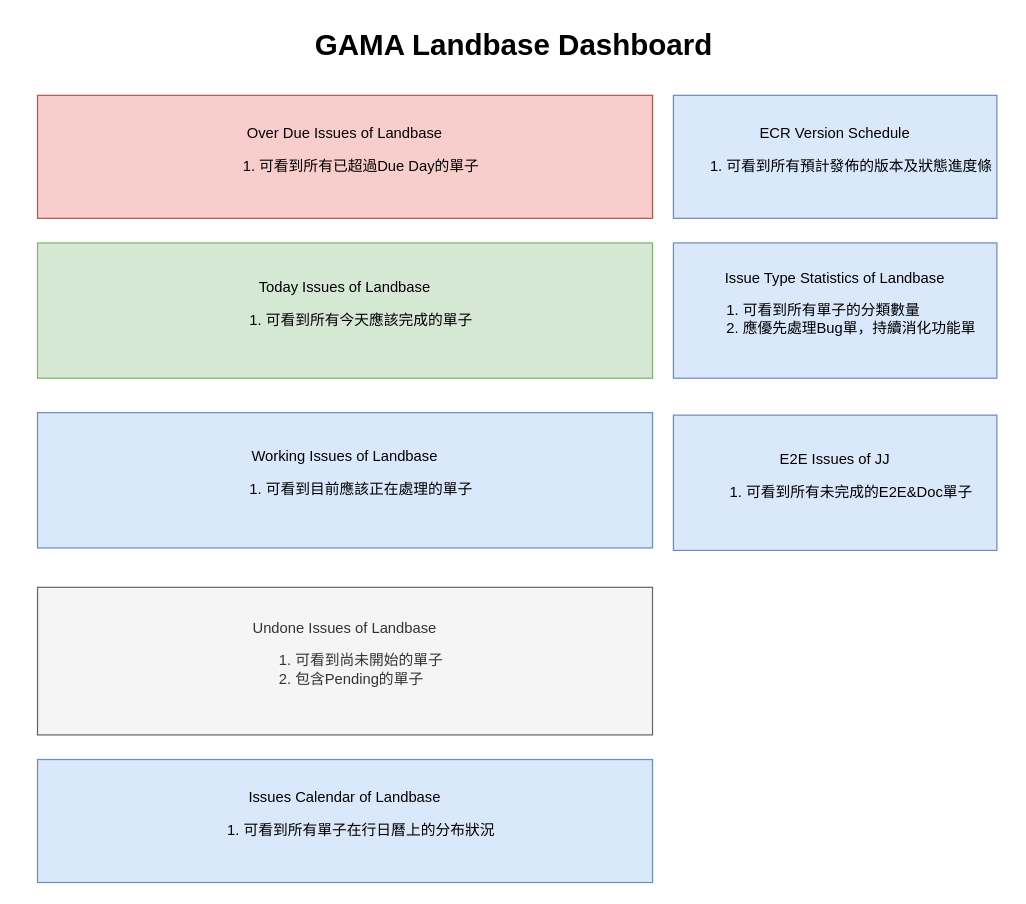
The draw.io diagram Landbase Dashbase.drawio in pingle1202/JiraFlow, before the edit. Source tidied: cells renumbered, new cells numbered last; positions are measured from the earlier drawing's top-left corner, leaving out a move shared by most shapes. Both pictures are drawn from the tidied source at 123%, with x=0, y=0 at pixel (21, 21).
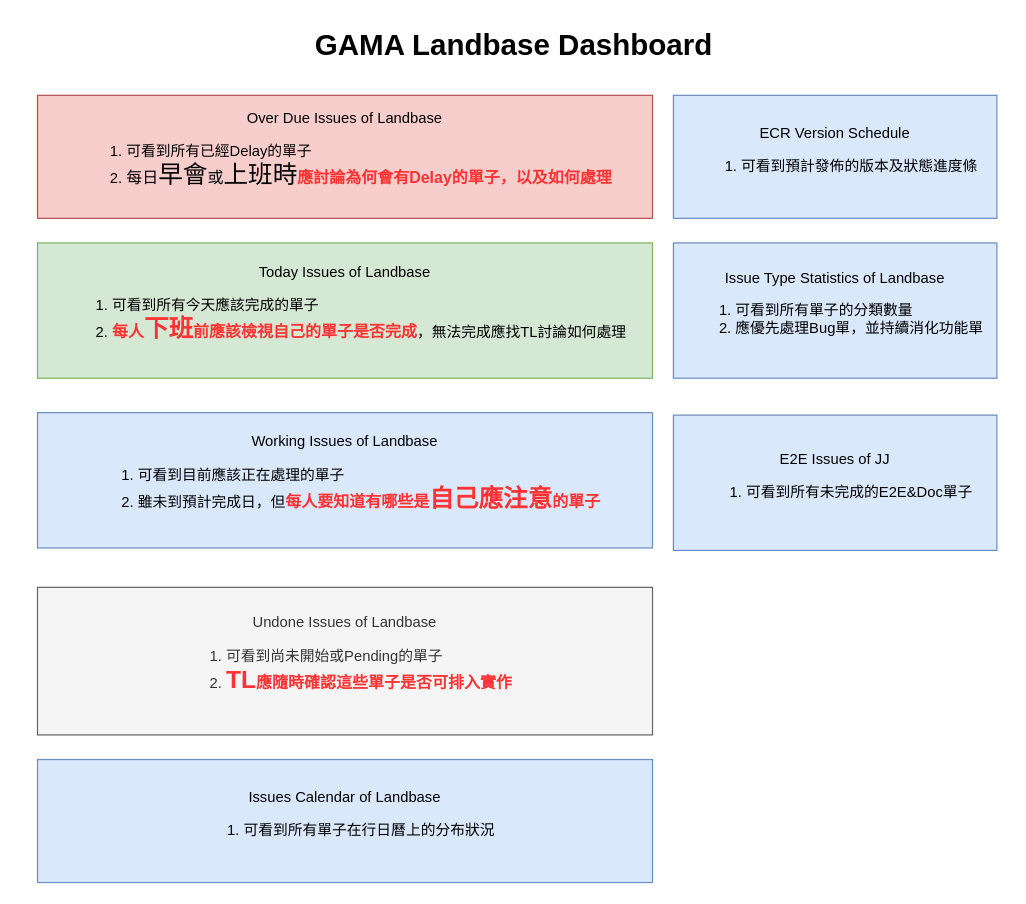
The same diagram, later.

Change to the diagram source:
```diff
@@
 <mxGraphModel>
   <root>
     <mxCell id="0" />
     <mxCell id="1" parent="0" />
-    <mxCell id="2" value="Over Due Issues of Landbase&lt;br&gt;&lt;ol&gt;&lt;li style=&quot;text-align: left&quot;&gt;可看到所有已超過Due Day的單子&lt;/li&gt;&lt;/ol&gt;" style="rounded=0;whiteSpace=wrap;html=1;fillColor=#f8cecc;strokeColor=#b85450;" parent="1" vertex="1">
+    <mxCell id="2" value="Over Due Issues of Landbase&lt;br&gt;&lt;ol&gt;&lt;li style=&quot;text-align: left&quot;&gt;可看到所有已經Delay的單子&lt;/li&gt;&lt;li style=&quot;text-align: left&quot;&gt;&lt;span style=&quot;font-size: 13px&quot;&gt;每日&lt;/span&gt;&lt;font style=&quot;font-size: 20px&quot;&gt;早會&lt;/font&gt;&lt;span style=&quot;font-size: 13px&quot;&gt;或&lt;/span&gt;&lt;font style=&quot;font-size: 20px&quot;&gt;上班時&lt;/font&gt;&lt;font color=&quot;#ff3333&quot; style=&quot;font-size: 13px&quot;&gt;&lt;b&gt;應討論為何會有Delay的單子，以及如何處理&lt;/b&gt;&lt;/font&gt;&lt;/li&gt;&lt;/ol&gt;" style="rounded=0;whiteSpace=wrap;html=1;fillColor=#f8cecc;strokeColor=#b85450;" parent="1" vertex="1">
       <mxGeometry x="13" y="60" width="500" height="100" as="geometry" />
     </mxCell>
-    <mxCell id="3" value="ECR Version Schedule&lt;br&gt;&lt;div style=&quot;text-align: left&quot;&gt;&lt;ol&gt;&lt;li&gt;可看到所有預計發佈的版本及狀態進度條&lt;/li&gt;&lt;/ol&gt;&lt;/div&gt;" style="rounded=0;whiteSpace=wrap;html=1;fillColor=#dae8fc;strokeColor=#6c8ebf;" parent="1" vertex="1">
+    <mxCell id="3" value="ECR Version Schedule&lt;br&gt;&lt;div style=&quot;text-align: left&quot;&gt;&lt;ol&gt;&lt;li&gt;可看到預計發佈的版本及狀態進度條&lt;/li&gt;&lt;/ol&gt;&lt;/div&gt;" style="rounded=0;whiteSpace=wrap;html=1;fillColor=#dae8fc;strokeColor=#6c8ebf;" parent="1" vertex="1">
       <mxGeometry x="530" y="60" width="263" height="100" as="geometry" />
     </mxCell>
-    <mxCell id="4" value="Today Issues of Landbase&lt;br&gt;&lt;ol&gt;&lt;li style=&quot;text-align: left&quot;&gt;可看到所有今天應該完成的單子&lt;/li&gt;&lt;/ol&gt;" style="rounded=0;whiteSpace=wrap;html=1;fillColor=#d5e8d4;strokeColor=#82b366;" parent="1" vertex="1">
+    <mxCell id="4" value="Today Issues of Landbase&lt;br&gt;&lt;ol&gt;&lt;li style=&quot;text-align: left&quot;&gt;可看到所有今天應該完成的單子&lt;/li&gt;&lt;li style=&quot;text-align: left&quot;&gt;&lt;font color=&quot;#ff3333&quot;&gt;&lt;b&gt;&lt;span style=&quot;font-size: 13px&quot;&gt;每人&lt;/span&gt;&lt;font style=&quot;font-size: 20px&quot;&gt;下班&lt;/font&gt;&lt;span style=&quot;font-size: 13px&quot;&gt;前應該檢視自己的單子是否完成&lt;/span&gt;&lt;/b&gt;&lt;/font&gt;，無法完成應找TL討論如何處理&lt;/li&gt;&lt;/ol&gt;" style="rounded=0;whiteSpace=wrap;html=1;fillColor=#d5e8d4;strokeColor=#82b366;" parent="1" vertex="1">
       <mxGeometry x="13" y="180" width="500" height="110" as="geometry" />
     </mxCell>
-    <mxCell id="5" value="Issue Type Statistics of Landbase&lt;br&gt;&lt;div style=&quot;text-align: left&quot;&gt;&lt;ol&gt;&lt;li&gt;可看到所有單子的分類數量&lt;/li&gt;&lt;li&gt;應優先處理Bug單，持續消化功能單&lt;/li&gt;&lt;/ol&gt;&lt;/div&gt;" style="rounded=0;whiteSpace=wrap;html=1;fillColor=#dae8fc;strokeColor=#6c8ebf;" parent="1" vertex="1">
+    <mxCell id="5" value="Issue Type Statistics of Landbase&lt;br&gt;&lt;div style=&quot;text-align: left&quot;&gt;&lt;ol&gt;&lt;li&gt;可看到所有單子的分類數量&lt;/li&gt;&lt;li&gt;應優先處理Bug單，並持續消化功能單&lt;/li&gt;&lt;/ol&gt;&lt;/div&gt;" style="rounded=0;whiteSpace=wrap;html=1;fillColor=#dae8fc;strokeColor=#6c8ebf;" parent="1" vertex="1">
       <mxGeometry x="530" y="180" width="263" height="110" as="geometry" />
     </mxCell>
     <mxCell id="6" value="E2E Issues of JJ&lt;br&gt;&lt;ol&gt;&lt;li style=&quot;text-align: left&quot;&gt;可看到所有未完成的E2E&amp;amp;Doc單子&lt;/li&gt;&lt;/ol&gt;" style="rounded=0;whiteSpace=wrap;html=1;fillColor=#dae8fc;strokeColor=#6c8ebf;" parent="1" vertex="1">
       <mxGeometry x="530" y="320" width="263" height="110" as="geometry" />
     </mxCell>
-    <mxCell id="7" value="Working Issues of Landbase&lt;br&gt;&lt;ol&gt;&lt;li style=&quot;text-align: left&quot;&gt;可看到目前應該正在處理的單子&lt;/li&gt;&lt;/ol&gt;" style="rounded=0;whiteSpace=wrap;html=1;fillColor=#dae8fc;strokeColor=#6c8ebf;" parent="1" vertex="1">
+    <mxCell id="7" value="Working Issues of Landbase&lt;br&gt;&lt;ol&gt;&lt;li style=&quot;text-align: left&quot;&gt;可看到目前應該正在處理的單子&lt;/li&gt;&lt;li style=&quot;text-align: left&quot;&gt;雖未到預計完成日，但&lt;b&gt;&lt;font color=&quot;#ff3333&quot;&gt;&lt;span style=&quot;font-size: 13px&quot;&gt;每人要知道有哪些是&lt;/span&gt;&lt;font style=&quot;font-size: 20px&quot;&gt;自己應注意&lt;/font&gt;&lt;span style=&quot;font-size: 13px&quot;&gt;的單子&lt;/span&gt;&lt;/font&gt;&lt;/b&gt;&lt;/li&gt;&lt;/ol&gt;" style="rounded=0;whiteSpace=wrap;html=1;fillColor=#dae8fc;strokeColor=#6c8ebf;" parent="1" vertex="1">
       <mxGeometry x="13" y="318" width="500" height="110" as="geometry" />
     </mxCell>
-    <mxCell id="8" value="Undone Issues of Landbase&lt;br&gt;&lt;ol&gt;&lt;li style=&quot;text-align: left&quot;&gt;可看到尚未開始的單子&lt;/li&gt;&lt;li style=&quot;text-align: left&quot;&gt;包含Pending的單子&lt;/li&gt;&lt;/ol&gt;" style="rounded=0;whiteSpace=wrap;html=1;fillColor=#f5f5f5;strokeColor=#666666;fontColor=#333333;" parent="1" vertex="1">
+    <mxCell id="8" value="Undone Issues of Landbase&lt;br&gt;&lt;ol&gt;&lt;li style=&quot;text-align: left&quot;&gt;可看到尚未開始或Pending的單子&lt;/li&gt;&lt;li style=&quot;text-align: left&quot;&gt;&lt;b&gt;&lt;font color=&quot;#ff3333&quot;&gt;&lt;font style=&quot;font-size: 20px&quot;&gt;TL&lt;/font&gt;&lt;span style=&quot;font-size: 13px&quot;&gt;應隨時確認這些單子是否可排入實作&lt;/span&gt;&lt;/font&gt;&lt;/b&gt;&lt;/li&gt;&lt;/ol&gt;" style="rounded=0;whiteSpace=wrap;html=1;fillColor=#f5f5f5;strokeColor=#666666;fontColor=#333333;" parent="1" vertex="1">
       <mxGeometry x="13" y="460" width="500" height="120" as="geometry" />
     </mxCell>
     <mxCell id="9" value="Issues Calendar of Landbase&lt;br&gt;&lt;ol&gt;&lt;li style=&quot;text-align: left&quot;&gt;可看到所有單子在行日曆上的分布狀況&lt;/li&gt;&lt;/ol&gt;" style="rounded=0;whiteSpace=wrap;html=1;fillColor=#dae8fc;strokeColor=#6c8ebf;" parent="1" vertex="1">
       <mxGeometry x="13" y="600" width="500" height="100" as="geometry" />
     </mxCell>
     <mxCell id="10" value="GAMA Landbase Dashboard" style="text;strokeColor=none;fillColor=none;html=1;fontSize=24;fontStyle=1;verticalAlign=middle;align=center;" parent="1" vertex="1">
       <mxGeometry width="800" height="40" as="geometry" />
     </mxCell>
   </root>
 </mxGraphModel>
```
